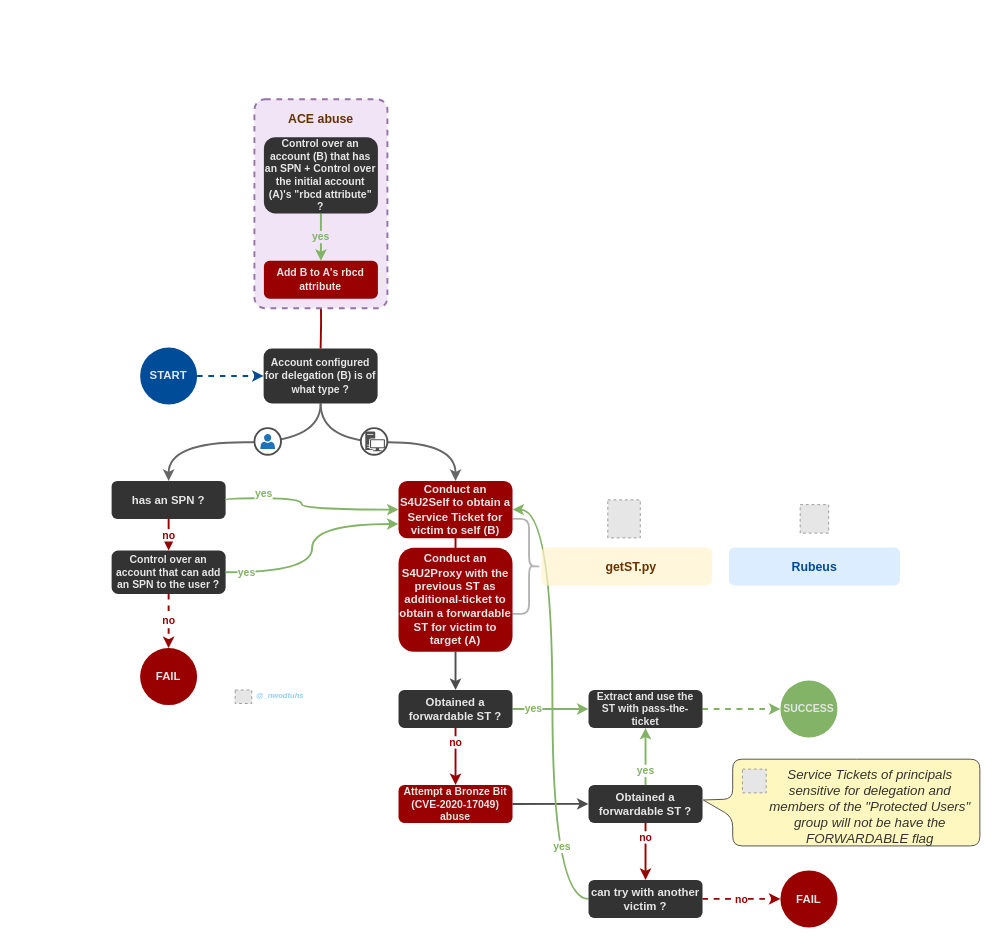
Before: page "rbcd" (3 of 3) of .assets/drawios/Kerberos_delegations.drawio in The-Hacker-Recipes/The-Hacker-Recipes, a draw.io diagram. Source tidied: cells renumbered, new cells numbered last; positions are measured from the earlier drawing's top-left corner, leaving out a move shared by most shapes. Both pictures are drawn from the tidied source at 95%, with x=0, y=0 at pixel (111, 99). Pictures stored in the file or linked from it are replaced by grey dashed boxes.
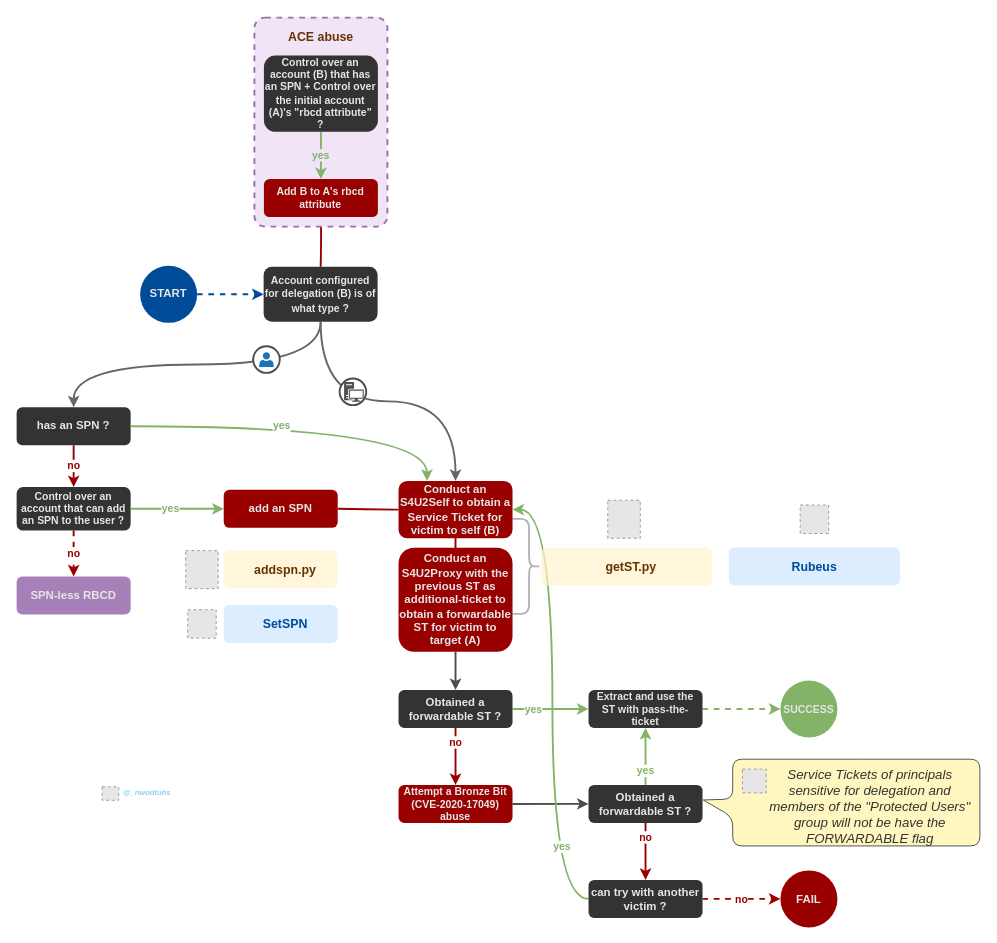
The same diagram, later.

Unchanged cells that the change refers to:
```xml
<mxCell id="28" value="Conduct an S4U2Self to obtain a Service Ticket for victim to self (B)" style="rounded=1;whiteSpace=wrap;html=1;fontColor=#E6E6E6;fontStyle=1;strokeColor=none;fillColor=#990000;" parent="1" vertex="1">
  <mxGeometry x="302" y="401.7" width="120" height="60.5" as="geometry" />
</mxCell>
```

Change to the diagram source:
```diff
@@
     <mxCell id="2" style="fillColor=#E6E6E6;strokeColor=#999999;dashed=1;verticalLabelPosition=bottom;labelBackgroundColor=#ffffff;verticalAlign=top;" parent="1" vertex="1">
-      <mxGeometry x="130" y="621.8" width="17.5" height="14.2" as="geometry" />
+      <mxGeometry x="-10" y="723.7" width="17.5" height="14.2" as="geometry" />
     </mxCell>
     <mxCell id="3" value="&lt;font style=&quot;font-size: 8px&quot;&gt;@_nwodtuhs&lt;/font&gt;" style="text;html=1;strokeColor=none;fillColor=none;align=center;verticalAlign=middle;whiteSpace=wrap;rounded=0;fontColor=#1DA1F2;fontStyle=3;opacity=50;textOpacity=50;" parent="1" vertex="1">
-      <mxGeometry x="150" y="622.4" width="55" height="10" as="geometry" />
+      <mxGeometry x="10" y="724.3" width="55" height="10" as="geometry" />
     </mxCell>
@@
-    <mxCell id="25" style="fillColor=#E6E6E6;strokeColor=#999999;dashed=1;verticalLabelPosition=bottom;labelBackgroundColor=#ffffff;verticalAlign=top;" parent="1" vertex="1">
-      <mxGeometry x="522.3" y="421.7" width="34.2" height="40" as="geometry" />
-    </mxCell>
-    <mxCell id="26" style="fillColor=#E6E6E6;strokeColor=#999999;dashed=1;verticalLabelPosition=bottom;labelBackgroundColor=#ffffff;verticalAlign=top;" parent="1" vertex="1">
-      <mxGeometry x="724.8" y="426.7" width="30" height="30" as="geometry" />
-    </mxCell>
@@
     <mxCell id="35" value="&lt;font style=&quot;font-size: 11px&quot;&gt;Account configured for delegation (B) is of what type ?&lt;/font&gt;" style="rounded=1;whiteSpace=wrap;html=1;fontColor=#E6E6E6;fontStyle=1;fillColor=#333333;strokeColor=none;" parent="1" vertex="1">
-      <mxGeometry x="160" y="262.4" width="120" height="57.8" as="geometry" />
+      <mxGeometry x="160" y="176.4" width="120" height="57.8" as="geometry" />
     </mxCell>
@@
     <mxCell id="37" value="has an SPN ?" style="rounded=1;whiteSpace=wrap;html=1;fontColor=#E6E6E6;fontStyle=1;fillColor=#333333;strokeColor=none;" parent="1" vertex="1">
-      <mxGeometry y="401.7" width="120" height="40" as="geometry" />
+      <mxGeometry x="-100" y="324.2" width="120" height="40" as="geometry" />
     </mxCell>
     <mxCell id="38" value="Control over an account that can add an SPN to the user ?" style="rounded=1;whiteSpace=wrap;html=1;fontColor=#E6E6E6;fontStyle=1;fillColor=#333333;strokeColor=none;fontSize=11;" parent="1" vertex="1">
-      <mxGeometry y="475" width="120" height="45.8" as="geometry" />
+      <mxGeometry x="-100" y="408.2" width="120" height="45.8" as="geometry" />
     </mxCell>
-    <mxCell id="39" value="FAIL" style="ellipse;whiteSpace=wrap;html=1;fillColor=#990000;fontSize=12;fontStyle=1;fontColor=#E6E6E6;strokeColor=none;" parent="1" vertex="1">
-      <mxGeometry x="30" y="577.7" width="60" height="60" as="geometry" />
-    </mxCell>
     <mxCell id="40" style="group;" parent="1" vertex="1">
-      <mxGeometry x="150.3" y="346.2" width="28" height="28" as="geometry" />
+      <mxGeometry x="149" y="260" width="28" height="28" as="geometry" />
     </mxCell>
@@
     <mxCell id="43" style="group;" parent="1" vertex="1">
-      <mxGeometry x="262.3" y="346.2" width="28" height="28" as="geometry" />
+      <mxGeometry x="240" y="294" width="28" height="28" as="geometry" />
     </mxCell>
@@
-    <mxCell id="46" value="yes" style="edgeStyle=orthogonalEdgeStyle;rounded=0;jettySize=auto;html=1;fontSize=11;strokeWidth=2;curved=1;strokeColor=#82b366;fillColor=#d5e8d4;entryX=0;entryY=0.75;entryDx=0;entryDy=0;fontColor=#82B366;fontStyle=1;exitX=1;exitY=0.5;exitDx=0;exitDy=0;" parent="1" edge="1" source="38" target="28">
-      <mxGeometry x="-0.81" relative="1" as="geometry" />
+    <mxCell id="46" value="yes" style="edgeStyle=orthogonalEdgeStyle;rounded=0;jettySize=auto;html=1;fontSize=11;strokeWidth=2;curved=1;strokeColor=#82b366;fillColor=#d5e8d4;entryX=0;entryY=0.5;entryDx=0;entryDy=0;fontColor=#82B366;fontStyle=1;exitX=1;exitY=0.5;exitDx=0;exitDy=0;" parent="1" edge="1" source="38" target="57">
+      <mxGeometry x="-0.14" relative="1" as="geometry" />
     </mxCell>
-    <mxCell id="47" value="yes" style="edgeStyle=orthogonalEdgeStyle;rounded=0;jettySize=auto;html=1;strokeWidth=2;curved=1;strokeColor=#82b366;fillColor=#d5e8d4;fontColor=#82B366;fontStyle=1;entryX=0;entryY=0.5;entryDx=0;entryDy=0;exitX=1;exitY=0.5;exitDx=0;exitDy=0;" parent="1" edge="1" source="37" target="28">
-      <mxGeometry x="-0.57" y="5" relative="1" as="geometry">
-        <Array as="points">
-          <mxPoint x="120" y="420" />
-          <mxPoint x="200" y="420" />
-          <mxPoint x="200" y="432" />
-        </Array>
-      </mxGeometry>
-    </mxCell>
-    <mxCell id="48" value="no" style="edgeStyle=orthogonalEdgeStyle;rounded=0;jettySize=auto;html=1;strokeWidth=2;curved=1;strokeColor=#990000;labelBackgroundColor=#ffffff;fontColor=#990000;fontStyle=1;exitX=0.5;exitY=1;exitDx=0;exitDy=0;entryX=0.5;entryY=0;entryDx=0;entryDy=0;dashed=1;" parent="1" edge="1" source="38" target="39">
+    <mxCell id="48" value="no" style="edgeStyle=orthogonalEdgeStyle;rounded=0;jettySize=auto;html=1;strokeWidth=2;curved=1;strokeColor=#990000;labelBackgroundColor=#ffffff;fontColor=#990000;fontStyle=1;exitX=0.5;exitY=1;exitDx=0;exitDy=0;entryX=0.5;entryY=0;entryDx=0;entryDy=0;dashed=1;" parent="1" edge="1" source="38" target="58">
       <mxGeometry relative="1" as="geometry" />
     </mxCell>
@@
     <mxCell id="50" value="START" style="ellipse;whiteSpace=wrap;html=1;fontSize=12;fontStyle=1;fontColor=#E6E6E6;strokeColor=none;fillColor=#004C99;" parent="1" vertex="1">
-      <mxGeometry x="30" y="261.3" width="60" height="60" as="geometry" />
+      <mxGeometry x="30" y="175.3" width="60" height="60" as="geometry" />
     </mxCell>
     <mxCell id="51" style="edgeStyle=orthogonalEdgeStyle;curved=1;rounded=0;jettySize=auto;html=1;labelBackgroundColor=#ffffff;endArrow=none;endFill=0;strokeWidth=2;fontSize=11;fontColor=#990000;strokeColor=#990000;entryX=0.5;entryY=0;entryDx=0;entryDy=0;" parent="1" edge="1" target="35">
       <mxGeometry relative="1" as="geometry">
-        <mxPoint x="220.3" y="210" as="sourcePoint" />
+        <mxPoint x="220.3" y="124" as="sourcePoint" />
       </mxGeometry>
     </mxCell>
     <mxCell id="52" style="rounded=1;whiteSpace=wrap;html=1;strokeColor=#9673a6;arcSize=8;fillColor=#F1E4F7;strokeWidth=2;dashed=1;" parent="1" vertex="1">
-      <mxGeometry x="150.3" width="140" height="220" as="geometry" />
+      <mxGeometry x="150.3" y="-86" width="140" height="220" as="geometry" />
     </mxCell>
@@
     <mxCell id="54" value="Control over an account (B) that has an SPN + Control over the initial account (A)'s &quot;rbcd attribute&quot; ?" style="rounded=1;whiteSpace=wrap;html=1;fontColor=#E6E6E6;fontStyle=1;fillColor=#333333;strokeColor=none;fontSize=11;" parent="1" vertex="1">
-      <mxGeometry x="160.3" y="40" width="120" height="80.2" as="geometry" />
+      <mxGeometry x="160.3" y="-46" width="120" height="80.2" as="geometry" />
     </mxCell>
     <mxCell id="55" value="Add B to A's rbcd attribute" style="rounded=1;whiteSpace=wrap;html=1;fontColor=#E6E6E6;fontStyle=1;strokeColor=none;fillColor=#990000;fontSize=11;" parent="1" vertex="1">
-      <mxGeometry x="160.3" y="170" width="120" height="40" as="geometry" />
+      <mxGeometry x="160.3" y="84" width="120" height="40" as="geometry" />
     </mxCell>
     <mxCell id="56" value="ACE abuse" style="text;html=1;strokeColor=none;fillColor=none;align=center;verticalAlign=middle;whiteSpace=wrap;rounded=0;fontSize=13;fontStyle=1;fontColor=#663300;" parent="1" vertex="1">
-      <mxGeometry x="149.7" y="10" width="140.7" height="20" as="geometry" />
+      <mxGeometry x="149.7" y="-76" width="140.7" height="20" as="geometry" />
     </mxCell>
+    <mxCell id="57" value="add an SPN" style="rounded=1;whiteSpace=wrap;html=1;fontColor=#E6E6E6;fontStyle=1;strokeColor=none;fillColor=#990000;" parent="1" vertex="1">
+      <mxGeometry x="118" y="411.1" width="120" height="40" as="geometry" />
+    </mxCell>
+    <mxCell id="58" value="SPN-less RBCD" style="rounded=1;whiteSpace=wrap;html=1;fontColor=#E6E6E6;fontStyle=1;strokeColor=none;fillColor=#A680B8;" parent="1" vertex="1">
+      <mxGeometry x="-100" y="502.3" width="120" height="40" as="geometry" />
+    </mxCell>
+    <mxCell id="59" style="edgeStyle=orthogonalEdgeStyle;rounded=0;jettySize=auto;html=1;fontSize=11;fontColor=#000000;strokeWidth=2;curved=1;endArrow=none;endFill=0;strokeColor=#990000;entryX=1;entryY=0.5;entryDx=0;entryDy=0;exitX=0;exitY=0.5;exitDx=0;exitDy=0;startArrow=none;startFill=0;" parent="1" edge="1" source="28" target="57">
+      <mxGeometry relative="1" as="geometry" />
+    </mxCell>
+    <mxCell id="47" value="yes" style="edgeStyle=orthogonalEdgeStyle;rounded=0;jettySize=auto;html=1;fontSize=11;strokeWidth=2;curved=1;strokeColor=#82b366;fillColor=#d5e8d4;entryX=0.25;entryY=0;entryDx=0;entryDy=0;fontColor=#82B366;fontStyle=1;exitX=1;exitY=0.5;exitDx=0;exitDy=0;" parent="1" edge="1" source="37" target="28">
+      <mxGeometry x="-0.14" relative="1" as="geometry">
+        <Array as="points">
+          <mxPoint x="332" y="344" />
+        </Array>
+      </mxGeometry>
+    </mxCell>
+    <mxCell id="60" style="rounded=1;whiteSpace=wrap;html=1;fillColor=#fff2cc;strokeColor=none;opacity=70;" parent="1" vertex="1">
+      <mxGeometry x="118" y="475.1" width="120" height="40" as="geometry" />
+    </mxCell>
+    <mxCell id="61" style="rounded=1;whiteSpace=wrap;html=1;fillColor=#CCE5FF;opacity=70;strokeColor=none;" parent="1" vertex="1">
+      <mxGeometry x="118" y="532.3" width="120" height="40" as="geometry" />
+    </mxCell>
+    <mxCell id="62" value="SetSPN" style="text;html=1;strokeColor=none;fillColor=none;align=center;verticalAlign=middle;whiteSpace=wrap;rounded=0;fontSize=13;fontStyle=1;fontColor=#004C99;" parent="1" vertex="1">
+      <mxGeometry x="136" y="542.3" width="94" height="20" as="geometry" />
+    </mxCell>
+    <mxCell id="63" value="addspn.py" style="text;html=1;strokeColor=none;fillColor=none;align=center;verticalAlign=middle;whiteSpace=wrap;rounded=0;fontSize=13;fontStyle=1;fontColor=#663300;" parent="1" vertex="1">
+      <mxGeometry x="146" y="485.1" width="74" height="20" as="geometry" />
+    </mxCell>
+    <mxCell id="64" style="fillColor=#E6E6E6;strokeColor=#999999;dashed=1;verticalLabelPosition=bottom;labelBackgroundColor=#ffffff;verticalAlign=top;" parent="1" vertex="1">
+      <mxGeometry x="522.3" y="422.1" width="34.2" height="40" as="geometry" />
+    </mxCell>
+    <mxCell id="65" style="fillColor=#E6E6E6;strokeColor=#999999;dashed=1;verticalLabelPosition=bottom;labelBackgroundColor=#ffffff;verticalAlign=top;" parent="1" vertex="1">
+      <mxGeometry x="724.8" y="427.1" width="30" height="30" as="geometry" />
+    </mxCell>
+    <mxCell id="66" style="fillColor=#E6E6E6;strokeColor=#999999;dashed=1;verticalLabelPosition=bottom;labelBackgroundColor=#ffffff;verticalAlign=top;" parent="1" vertex="1">
+      <mxGeometry x="78" y="475.1" width="34.2" height="40" as="geometry" />
+    </mxCell>
+    <mxCell id="67" style="fillColor=#E6E6E6;strokeColor=#999999;dashed=1;verticalLabelPosition=bottom;labelBackgroundColor=#ffffff;verticalAlign=top;" parent="1" vertex="1">
+      <mxGeometry x="80.1" y="537.3" width="30" height="30" as="geometry" />
+    </mxCell>
```
